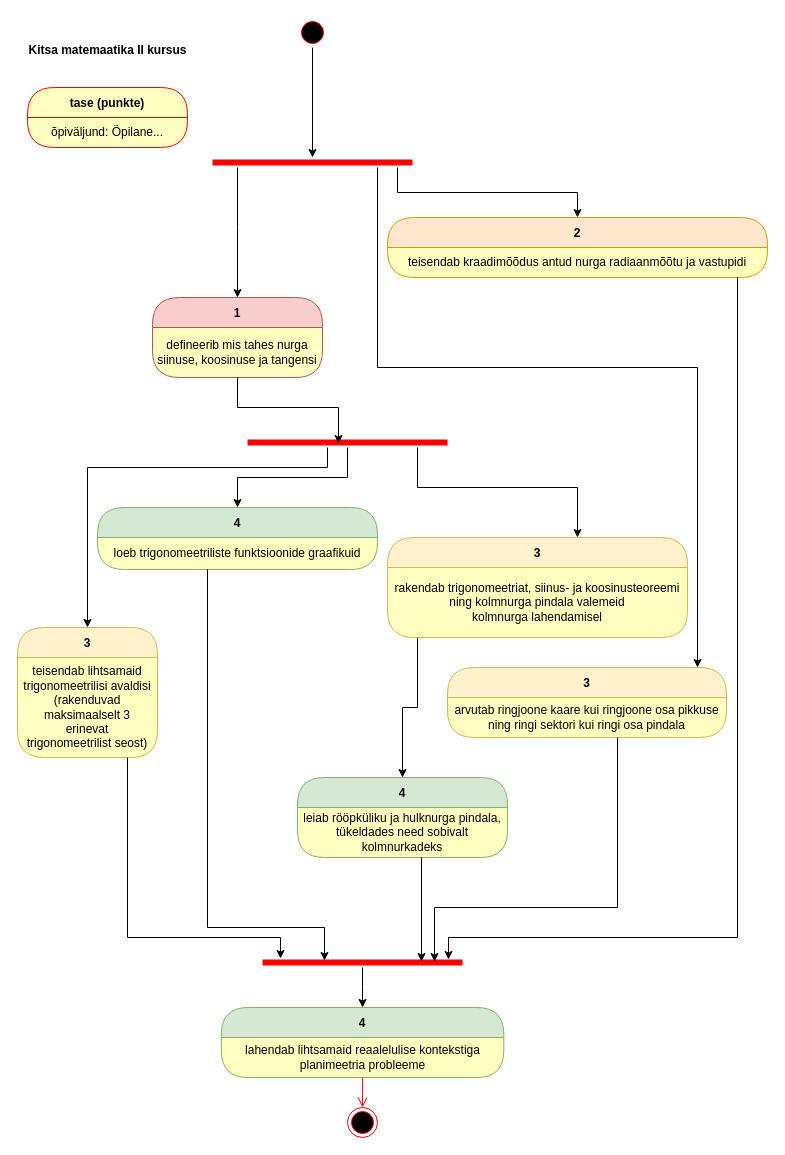
piiskop/matemaatika-kitsas-2 keeps this draw.io diagram as page "Õpiväljundid" (1 of 2) of rmd/matemaatika-kitsas-2.drawio. Above is the earlier version. Source tidied: cells renumbered, new cells numbered last; positions are measured from the earlier drawing's top-left corner, leaving out a move shared by most shapes. Both pictures are drawn from the tidied source at 100%, with x=0, y=0 at pixel (17, 17).
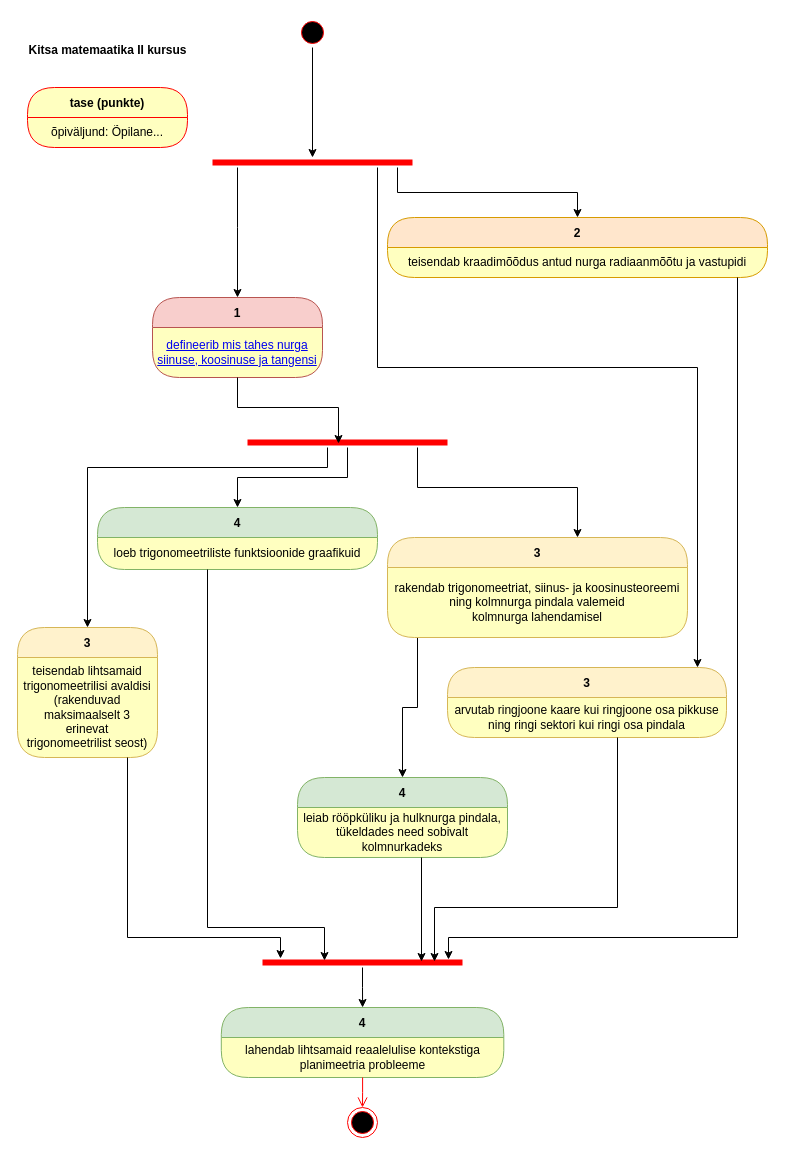
After the change.

Commit message:
linked sin, cos, tan to video

Unchanged cells that the change refers to:
```xml
<mxCell id="19" value="1" style="swimlane;fontStyle=1;align=center;verticalAlign=middle;horizontal=1;startSize=30;rounded=1;arcSize=30;strokeColor=#b85450;fillColor=#f8cecc;swimlaneFillColor=#ffffc0;" parent="1" vertex="1">
  <mxGeometry x="135" y="280" width="170" height="80" as="geometry" />
</mxCell>
```

Diff of the diagram source:
```diff
@@
-    <mxCell id="20" value="defineerib mis tahes nurga siinuse, koosinuse ja tangensi" style="text;html=1;strokeColor=none;fillColor=none;align=center;verticalAlign=middle;spacingLeft=4;spacingRight=4;whiteSpace=wrap;overflow=hidden;fontColor=#000000;" parent="19" vertex="1">
+    <mxCell id="20" value="&lt;a href=&quot;https://youtu.be/5QrQdBS312s&quot;&gt;defineerib mis tahes nurga siinuse, koosinuse ja tangensi&lt;/a&gt;" style="text;html=1;strokeColor=none;fillColor=none;align=center;verticalAlign=middle;spacingLeft=4;spacingRight=4;whiteSpace=wrap;overflow=hidden;fontColor=#000000;" parent="19" vertex="1">
       <mxGeometry y="30" width="170" height="50" as="geometry" />
     </mxCell>
```
